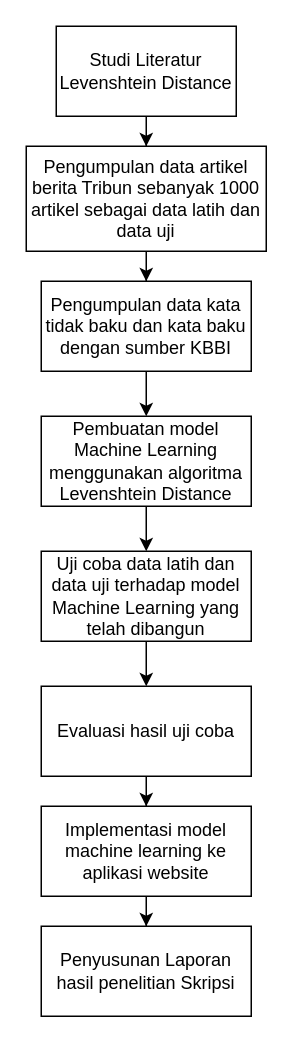
Above: page "Page-2" (2 of 2) of Diagram-LD.drawio in jezreelkosasih/diagram (draw.io), before the change. Source tidied: cells renumbered, new cells numbered last; positions are measured from the earlier drawing's top-left corner, leaving out a move shared by most shapes. Both pictures are drawn from the tidied source at 150%, with x=0, y=0 at pixel (26, 26).
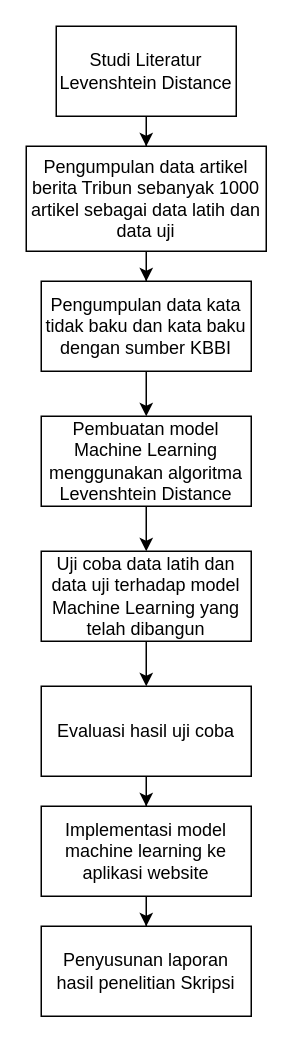
After the change.

Change to the diagram source:
```diff
@@
 <mxGraphModel>
   <root>
     <mxCell id="0" />
     <mxCell id="1" parent="0" />
     <mxCell id="2" style="edgeStyle=orthogonalEdgeStyle;rounded=0;jettySize=auto;html=1;" parent="1" edge="1" source="7" target="5">
       <mxGeometry relative="1" as="geometry" />
     </mxCell>
     <mxCell id="3" value="Studi Literatur&lt;br&gt;Levenshtein Distance" style="rounded=0;whiteSpace=wrap;html=1;" parent="1" vertex="1">
       <mxGeometry x="20" width="120" height="60" as="geometry" />
     </mxCell>
     <mxCell id="4" style="edgeStyle=orthogonalEdgeStyle;rounded=0;jettySize=auto;html=1;" parent="1" edge="1" source="5" target="9">
       <mxGeometry relative="1" as="geometry" />
     </mxCell>
     <mxCell id="5" value="Pengumpulan data kata tidak baku dan kata baku dengan sumber KBBI" style="rounded=0;whiteSpace=wrap;html=1;" parent="1" vertex="1">
       <mxGeometry x="10" y="170" width="140" height="60" as="geometry" />
     </mxCell>
     <mxCell id="6" style="edgeStyle=orthogonalEdgeStyle;rounded=0;jettySize=auto;html=1;" parent="1" edge="1" source="3" target="7">
       <mxGeometry relative="1" as="geometry" />
     </mxCell>
     <mxCell id="7" value="Pengumpulan data artikel berita Tribun sebanyak 1000 artikel sebagai data latih dan data uji" style="rounded=0;whiteSpace=wrap;html=1;" parent="1" vertex="1">
       <mxGeometry y="80" width="160" height="70" as="geometry" />
     </mxCell>
     <mxCell id="8" style="edgeStyle=orthogonalEdgeStyle;rounded=0;jettySize=auto;html=1;" parent="1" edge="1" source="9" target="11">
       <mxGeometry relative="1" as="geometry" />
     </mxCell>
     <mxCell id="9" value="Pembuatan model Machine Learning menggunakan algoritma Levenshtein Distance" style="rounded=0;whiteSpace=wrap;html=1;" parent="1" vertex="1">
       <mxGeometry x="10" y="260" width="140" height="60" as="geometry" />
     </mxCell>
     <mxCell id="10" style="edgeStyle=orthogonalEdgeStyle;rounded=0;jettySize=auto;html=1;" parent="1" edge="1" source="14" target="12">
       <mxGeometry relative="1" as="geometry" />
     </mxCell>
     <mxCell id="11" value="Uji coba data latih dan data uji terhadap model Machine Learning yang telah dibangun" style="rounded=0;whiteSpace=wrap;html=1;" parent="1" vertex="1">
       <mxGeometry x="10" y="350" width="140" height="60" as="geometry" />
     </mxCell>
-    <mxCell id="12" value="Penyusunan Laporan hasil penelitian Skripsi" style="rounded=0;whiteSpace=wrap;html=1;" parent="1" vertex="1">
+    <mxCell id="12" value="Penyusunan laporan hasil penelitian Skripsi" style="rounded=0;whiteSpace=wrap;html=1;" parent="1" vertex="1">
       <mxGeometry x="10" y="600" width="140" height="60" as="geometry" />
     </mxCell>
     <mxCell id="13" style="edgeStyle=orthogonalEdgeStyle;rounded=0;jettySize=auto;html=1;" parent="1" edge="1" source="16" target="14">
       <mxGeometry relative="1" as="geometry" />
     </mxCell>
     <mxCell id="14" value="Implementasi model machine learning ke aplikasi website" style="rounded=0;whiteSpace=wrap;html=1;" parent="1" vertex="1">
       <mxGeometry x="10" y="520" width="140" height="60" as="geometry" />
     </mxCell>
     <mxCell id="15" style="edgeStyle=orthogonalEdgeStyle;rounded=0;jettySize=auto;html=1;" parent="1" edge="1" source="11" target="16">
       <mxGeometry relative="1" as="geometry" />
     </mxCell>
     <mxCell id="16" value="Evaluasi hasil uji coba" style="rounded=0;whiteSpace=wrap;html=1;" parent="1" vertex="1">
       <mxGeometry x="10" y="440" width="140" height="60" as="geometry" />
     </mxCell>
   </root>
 </mxGraphModel>
```
